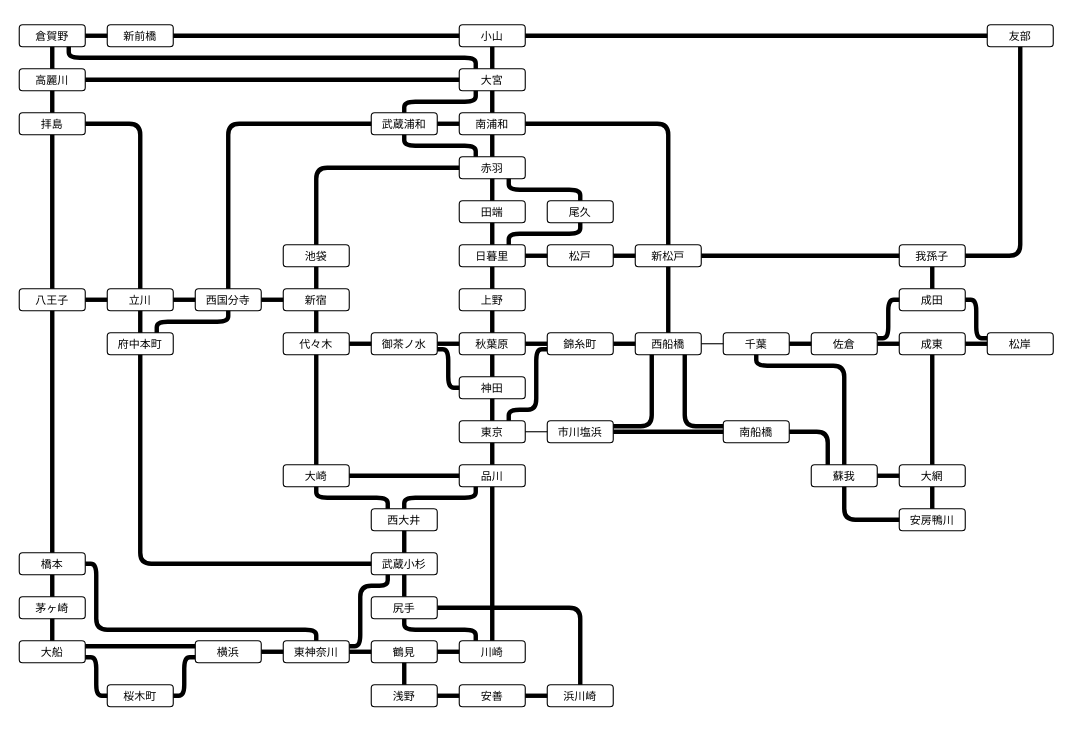
The draw.io diagram Untitled Diagram.drawio in Meiryo7743/railway-maps-for-omawari, before the edit. Source tidied: cells renumbered, new cells numbered last; positions are measured from the earlier drawing's top-left corner, leaving out a move shared by most shapes. Both pictures are drawn from the tidied source at 110%, with x=0, y=0 at pixel (19, 24).
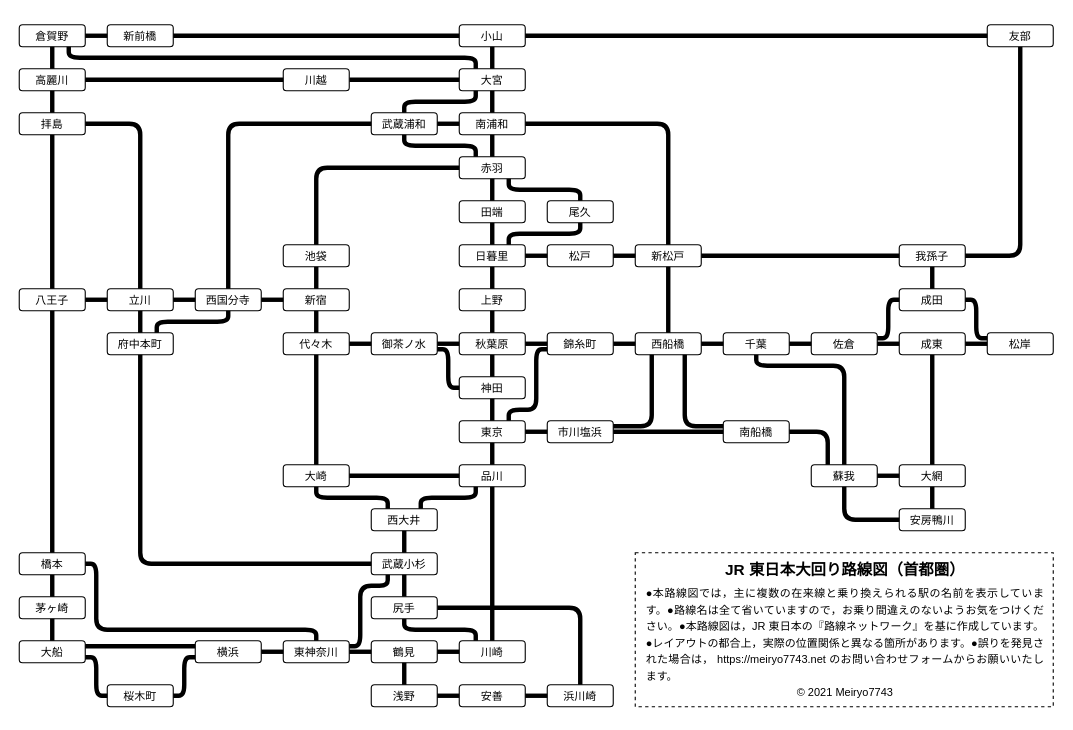
The same page after the edit.

The change refers to these unchanged cells:
```xml
<mxCell id="4" value="&lt;p style=&quot;line-height: 100%&quot;&gt;高麗川&lt;/p&gt;" style="whiteSpace=wrap;html=1;fontSize=10;fontFamily=Roboto, Source Han Sans;spacing=0;fontStyle=0;rounded=1;" parent="1" vertex="1">
  <mxGeometry y="40" width="60" height="20" as="geometry" />
</mxCell>
<mxCell id="15" value="&lt;p style=&quot;line-height: 100%&quot;&gt;品川&lt;/p&gt;" style="whiteSpace=wrap;html=1;fontSize=10;fontFamily=Roboto, Source Han Sans;spacing=0;fontStyle=0;rounded=1;" parent="1" vertex="1">
  <mxGeometry x="400" y="400" width="60" height="20" as="geometry" />
</mxCell>
<mxCell id="16" value="&lt;p style=&quot;line-height: 100%&quot;&gt;東京&lt;/p&gt;" style="whiteSpace=wrap;html=1;fontSize=10;fontFamily=Roboto, Source Han Sans;spacing=0;fontStyle=0;rounded=1;" parent="1" vertex="1">
  <mxGeometry x="400" y="360" width="60" height="20" as="geometry" />
</mxCell>
<mxCell id="24" value="&lt;p style=&quot;line-height: 100%&quot;&gt;大宮&lt;/p&gt;" style="whiteSpace=wrap;html=1;fontSize=10;fontFamily=Roboto, Source Han Sans;spacing=0;fontStyle=0;rounded=1;" parent="1" vertex="1">
  <mxGeometry x="400" y="40" width="60" height="20" as="geometry" />
</mxCell>
<mxCell id="34" value="&lt;p style=&quot;line-height: 100%&quot;&gt;大崎&lt;/p&gt;" style="whiteSpace=wrap;html=1;fontSize=10;fontFamily=Roboto, Source Han Sans;spacing=0;fontStyle=0;rounded=1;" parent="1" vertex="1">
  <mxGeometry x="240" y="400" width="60" height="20" as="geometry" />
</mxCell>
<mxCell id="37" value="&lt;p style=&quot;line-height: 100%&quot;&gt;西大井&lt;/p&gt;" style="whiteSpace=wrap;html=1;fontSize=10;fontFamily=Roboto, Source Han Sans;spacing=0;fontStyle=0;rounded=1;" parent="1" vertex="1">
  <mxGeometry x="320" y="440" width="60" height="20" as="geometry" />
</mxCell>
<mxCell id="43" value="&lt;p style=&quot;line-height: 100%&quot;&gt;西船橋&lt;/p&gt;" style="whiteSpace=wrap;html=1;fontSize=10;fontFamily=Roboto, Source Han Sans;spacing=0;fontStyle=0;rounded=1;" parent="1" vertex="1">
  <mxGeometry x="560" y="280" width="60" height="20" as="geometry" />
</mxCell>
<mxCell id="44" value="&lt;p style=&quot;line-height: 100%&quot;&gt;千葉&lt;/p&gt;" style="whiteSpace=wrap;html=1;fontSize=10;fontFamily=Roboto, Source Han Sans;spacing=0;fontStyle=0;rounded=1;" parent="1" vertex="1">
  <mxGeometry x="640" y="280" width="60" height="20" as="geometry" />
</mxCell>
<mxCell id="47" value="&lt;p style=&quot;line-height: 100%&quot;&gt;市川塩浜&lt;/p&gt;" style="whiteSpace=wrap;html=1;fontSize=10;fontFamily=Roboto, Source Han Sans;spacing=0;fontStyle=0;rounded=1;" parent="1" vertex="1">
  <mxGeometry x="480" y="360" width="60" height="20" as="geometry" />
</mxCell>
<mxCell id="141" value="&lt;p style=&quot;line-height: 100%&quot;&gt;錦糸町&lt;/p&gt;" style="whiteSpace=wrap;html=1;fontSize=10;fontFamily=Roboto, Source Han Sans;spacing=0;fontStyle=0;rounded=1;" parent="1" vertex="1">
  <mxGeometry x="480" y="280" width="60" height="20" as="geometry" />
</mxCell>
```

The edit, as a diff of the source:
```diff
@@
-    <mxCell id="72" style="endArrow=none;html=1;fontSize=10;exitX=1;exitY=0.5;exitDx=0;exitDy=0;entryX=0;entryY=0.5;entryDx=0;entryDy=0;fontFamily=Roboto, Source Han Sans;" parent="1" edge="1" source="43" target="44">
+    <mxCell id="72" style="endArrow=none;html=1;fontSize=10;exitX=1;exitY=0.5;exitDx=0;exitDy=0;entryX=0;entryY=0.5;entryDx=0;entryDy=0;fontFamily=Roboto, Source Han Sans;strokeWidth=4;" parent="1" edge="1" source="43" target="44">
       <mxGeometry relative="1" as="geometry" />
     </mxCell>
@@
-    <mxCell id="82" style="endArrow=none;html=1;fontSize=10;entryX=0.25;entryY=1;entryDx=0;entryDy=0;exitX=0.5;exitY=0;exitDx=0;exitDy=0;fontFamily=Roboto, Source Han Sans;strokeWidth=4;" parent="1" edge="1" source="37" target="15">
+    <mxCell id="82" style="endArrow=none;html=1;fontSize=10;entryX=0.25;entryY=1;entryDx=0;entryDy=0;exitX=0.75;exitY=0;exitDx=0;exitDy=0;fontFamily=Roboto, Source Han Sans;strokeWidth=4;" parent="1" edge="1" source="37" target="15">
       <mxGeometry relative="1" as="geometry">
         <Array as="points">
-          <mxPoint x="350" y="430" />
+          <mxPoint x="365" y="430" />
           <mxPoint x="415" y="430" />
         </Array>
       </mxGeometry>
     </mxCell>
-    <mxCell id="83" style="endArrow=none;html=1;fontSize=10;exitX=0.25;exitY=0;exitDx=0;exitDy=0;entryX=0.5;entryY=1;entryDx=0;entryDy=0;fontFamily=Roboto, Source Han Sans;strokeWidth=4;" parent="1" edge="1" source="37" target="34">
+    <mxCell id="83" style="endArrow=none;html=1;fontSize=10;entryX=0.5;entryY=1;entryDx=0;entryDy=0;fontFamily=Roboto, Source Han Sans;strokeWidth=4;exitX=0.25;exitY=0;exitDx=0;exitDy=0;" parent="1" edge="1" source="37" target="34">
       <mxGeometry relative="1" as="geometry">
         <Array as="points">
           <mxPoint x="335" y="430" />
           <mxPoint x="270" y="430" />
         </Array>
       </mxGeometry>
     </mxCell>
@@
-    <mxCell id="106" style="endArrow=none;html=1;fontSize=10;entryX=0;entryY=0.5;entryDx=0;entryDy=0;exitX=1;exitY=0.5;exitDx=0;exitDy=0;fontFamily=Roboto, Source Han Sans;strokeWidth=4;" parent="1" edge="1" source="4" target="24">
+    <mxCell id="106" style="endArrow=none;html=1;fontSize=10;entryX=0;entryY=0.5;entryDx=0;entryDy=0;exitX=1;exitY=0.5;exitDx=0;exitDy=0;fontFamily=Roboto, Source Han Sans;strokeWidth=4;" parent="1" edge="1" source="146" target="24">
       <mxGeometry relative="1" as="geometry" />
     </mxCell>
@@
-    <mxCell id="120" style="endArrow=none;html=1;fontSize=10;exitX=1;exitY=0.5;exitDx=0;exitDy=0;entryX=0;entryY=0.5;entryDx=0;entryDy=0;fontFamily=Roboto, Source Han Sans;" parent="1" edge="1" source="16" target="47">
+    <mxCell id="120" style="endArrow=none;html=1;fontSize=10;exitX=1;exitY=0.5;exitDx=0;exitDy=0;entryX=0;entryY=0.5;entryDx=0;entryDy=0;fontFamily=Roboto, Source Han Sans;strokeWidth=4;" parent="1" edge="1" source="16" target="47">
       <mxGeometry relative="1" as="geometry" />
     </mxCell>
@@
-    <mxCell id="143" style="endArrow=none;html=1;fontSize=8;entryX=0;entryY=0.75;entryDx=0;entryDy=0;exitX=0.75;exitY=0;exitDx=0;exitDy=0;fontFamily=Roboto, Source Han Sans;strokeWidth=4;" parent="1" edge="1" source="16" target="141">
+    <mxCell id="143" style="endArrow=none;html=1;fontSize=8;fontFamily=Roboto, Source Han Sans;strokeWidth=4;entryX=0;entryY=0.75;entryDx=0;entryDy=0;" parent="1" edge="1" target="141">
       <mxGeometry relative="1" as="geometry">
+        <mxPoint x="445" y="360" as="sourcePoint" />
         <Array as="points">
           <mxPoint x="445" y="350" />
           <mxPoint x="470" y="350" />
           <mxPoint x="470" y="295" />
         </Array>
       </mxGeometry>
     </mxCell>
@@
+    <mxCell id="145" value="&lt;p style=&quot;line-height: 110%&quot;&gt;&lt;/p&gt;&lt;div style=&quot;text-align: center&quot;&gt;&lt;span&gt;&lt;b&gt;&lt;font style=&quot;line-height: 200% ; font-size: 14px&quot;&gt;JR 東日本大回り路線図（首都圏）&lt;/font&gt;&lt;/b&gt;&lt;/span&gt;&lt;/div&gt;&lt;div style=&quot;text-align: justify&quot;&gt;&lt;span style=&quot;line-height: 150%&quot;&gt;●本路線図では，主に複数の在来線と乗り換えられる駅の名前を表示しています。●路線名は全て省いていますので，お乗り間違えのないようお気をつけください。●本路線図は，JR 東日本の『路線ネットワーク』を基に作成しています。●レイアウトの都合上，実際の位置関係と異なる箇所があります。●誤りを発見された場合は， https://meiryo7743.net のお問い合わせフォームからお願いいたします。&lt;/span&gt;&lt;/div&gt;&lt;span style=&quot;line-height: 15px&quot;&gt;&lt;div style=&quot;text-align: center&quot;&gt;&lt;span&gt;© 2021 Meiryo7743&lt;/span&gt;&lt;/div&gt;&lt;/span&gt;&lt;p&gt;&lt;/p&gt;" style="text;fillColor=none;spacing=10;spacingTop=-23;whiteSpace=wrap;overflow=hidden;rounded=0;strokeColor=#000000;dashed=1;fontSize=10;html=1;" parent="1" vertex="1">
+      <mxGeometry x="560" y="480" width="380" height="140" as="geometry" />
+    </mxCell>
+    <mxCell id="146" value="&lt;p style=&quot;line-height: 100%&quot;&gt;川越&lt;/p&gt;" style="whiteSpace=wrap;html=1;fontSize=10;fontFamily=Roboto, Source Han Sans;spacing=0;fontStyle=0;rounded=1;" parent="1" vertex="1">
+      <mxGeometry x="240" y="40" width="60" height="20" as="geometry" />
+    </mxCell>
+    <mxCell id="147" style="endArrow=none;html=1;fontSize=10;entryX=0;entryY=0.5;entryDx=0;entryDy=0;exitX=1;exitY=0.5;exitDx=0;exitDy=0;fontFamily=Roboto, Source Han Sans;strokeWidth=4;" parent="1" edge="1" source="4" target="146">
+      <mxGeometry relative="1" as="geometry" />
+    </mxCell>
```
